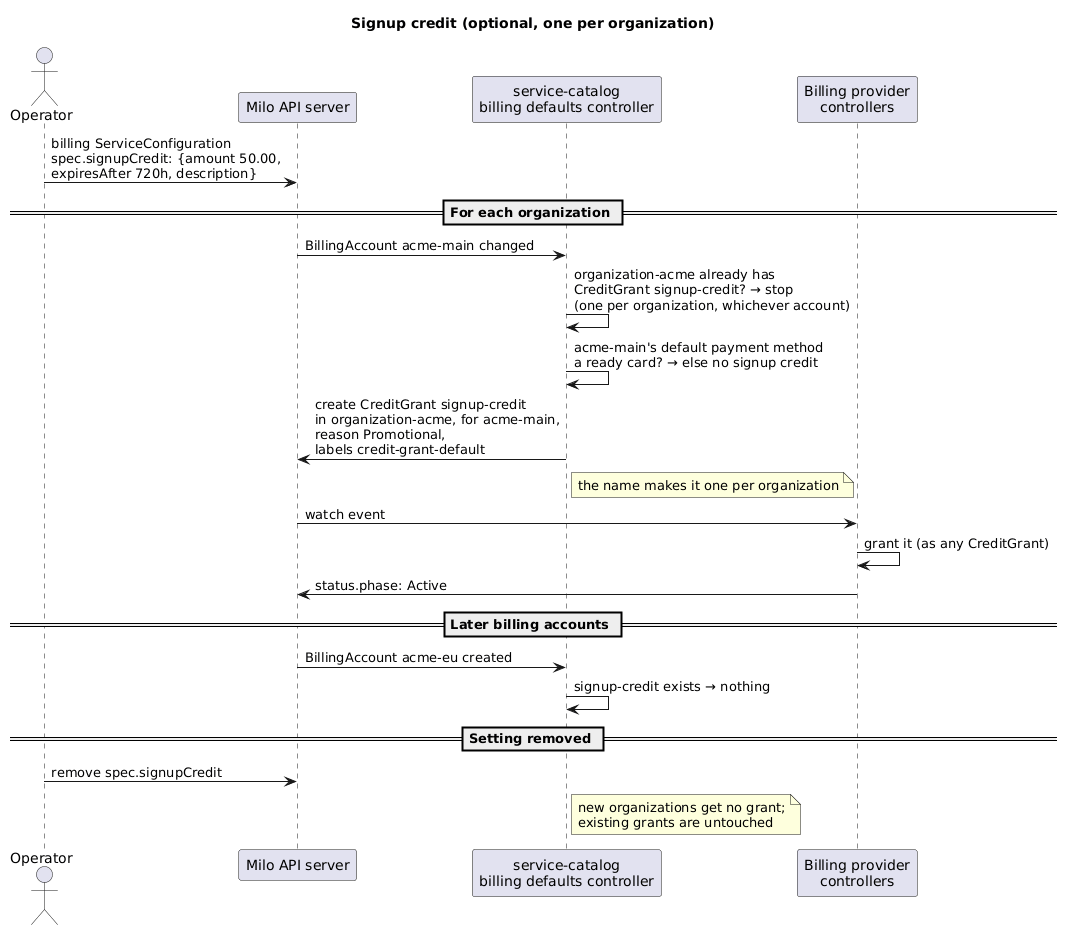
This is docs/enhancements/credits/credits-signup.png from milo-os/billing, a PlantUML export, as it was before one commit.
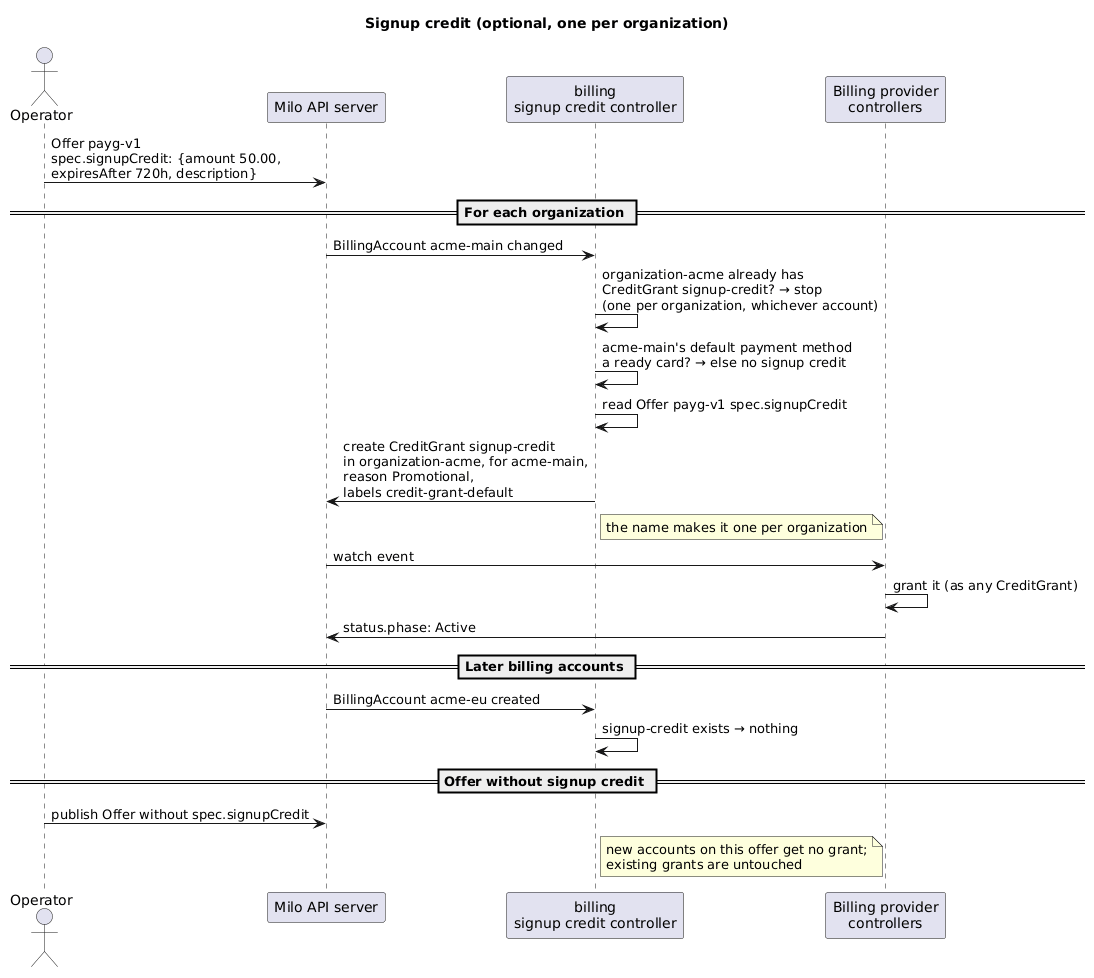
Later version of the same file.

What changed in the source:
```diff
@@ -3,26 +3,27 @@
 
 actor Operator as Op
 participant "Milo API server" as Milo
-participant "service-catalog\nbilling defaults controller" as SC
+participant "billing\nsignup credit controller" as BC
 participant "Billing provider\ncontrollers" as Provider
 
-Op -> Milo : billing ServiceConfiguration\nspec.signupCredit: {amount 50.00,\nexpiresAfter 720h, description}
+Op -> Milo : Offer payg-v1\nspec.signupCredit: {amount 50.00,\nexpiresAfter 720h, description}
 
 == For each organization ==
-Milo -> SC : BillingAccount acme-main changed
-SC -> SC : organization-acme already has\nCreditGrant signup-credit? → stop\n(one per organization, whichever account)
-SC -> SC : acme-main's default payment method\na ready card? → else no signup credit
-SC -> Milo : create CreditGrant signup-credit\nin organization-acme, for acme-main,\nreason Promotional,\nlabels credit-grant-default
-note right of SC : the name makes it one per organization
+Milo -> BC : BillingAccount acme-main changed
+BC -> BC : organization-acme already has\nCreditGrant signup-credit? → stop\n(one per organization, whichever account)
+BC -> BC : acme-main's default payment method\na ready card? → else no signup credit
+BC -> BC : read Offer payg-v1 spec.signupCredit
+BC -> Milo : create CreditGrant signup-credit\nin organization-acme, for acme-main,\nreason Promotional,\nlabels credit-grant-default
+note right of BC : the name makes it one per organization
 Milo -> Provider : watch event
 Provider -> Provider : grant it (as any CreditGrant)
 Provider -> Milo : status.phase: Active
 
 == Later billing accounts ==
-Milo -> SC : BillingAccount acme-eu created
-SC -> SC : signup-credit exists → nothing
+Milo -> BC : BillingAccount acme-eu created
+BC -> BC : signup-credit exists → nothing
 
-== Setting removed ==
-Op -> Milo : remove spec.signupCredit
-note right of SC : new organizations get no grant;\nexisting grants are untouched
+== Offer without signup credit ==
+Op -> Milo : publish Offer without spec.signupCredit
+note right of BC : new accounts on this offer get no grant;\nexisting grants are untouched
 @enduml
```
